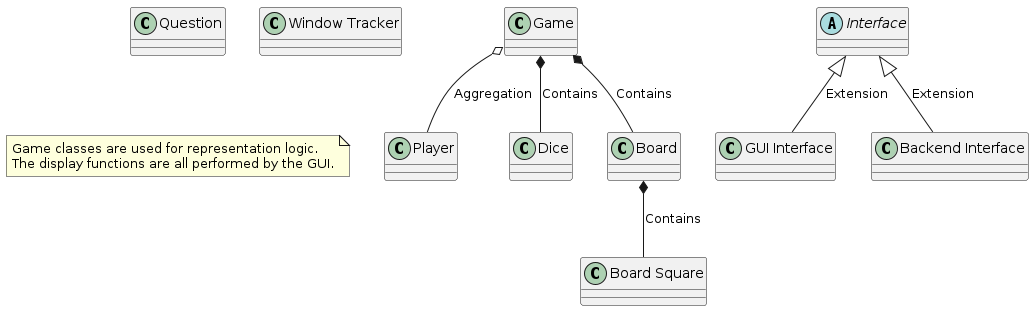
ttimmer2/TrivialCompute keeps this PlantUML diagram as Class_Diagrams/Server_Class.png. Above is the earlier version.
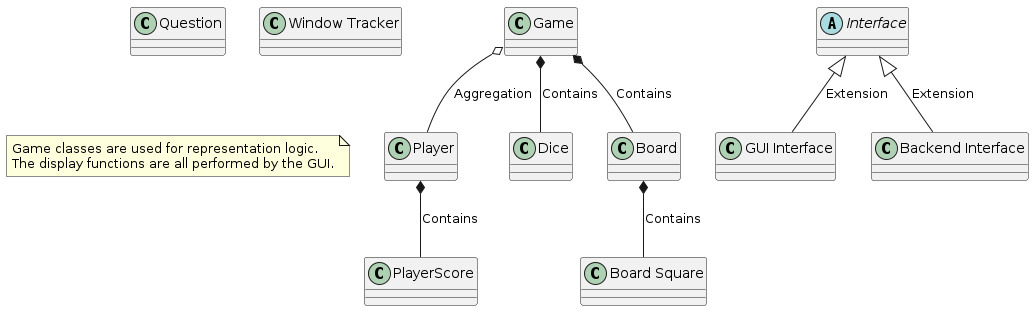
The same file after the commit.

Commit message:
update class diagram

Change to the diagram source:
```diff
@@ -10,10 +10,12 @@
 Class "Window Tracker"
 note "Game classes are used for representation logic.\nThe display functions are all performed by the GUI." as N1
 Class Game
+Class PlayerScore
 Game o-- Player : Aggregation
 Board *-- "Board Square" : Contains
 Game *-- Board : Contains
 Game *-- Dice : Contains
+Player *-- PlayerScore : Contains
 Interface <|-- "GUI Interface" : Extension
 Interface <|-- "Backend Interface" : Extension
 @enduml
```
